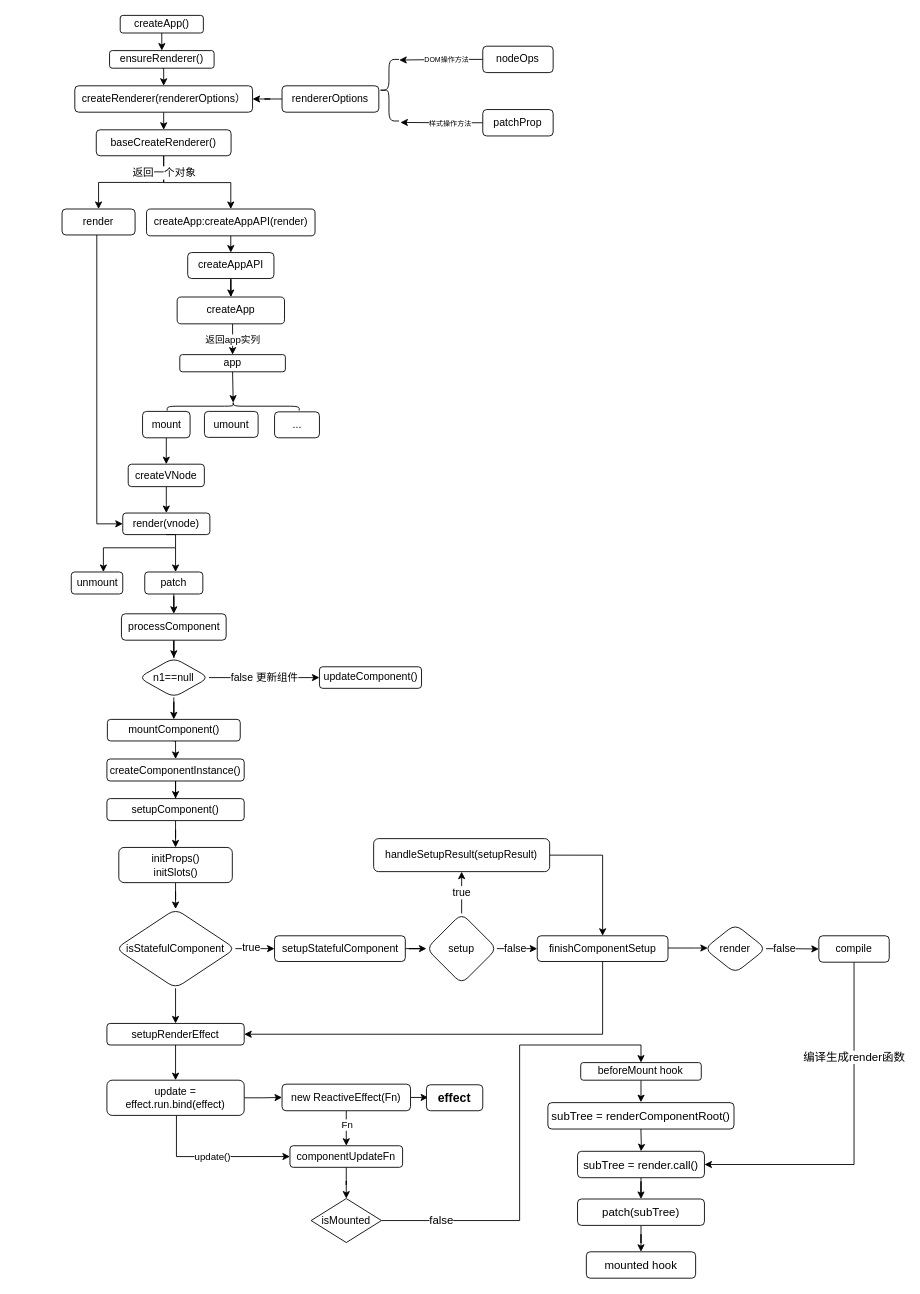
This is page "初始化" (1 of 6) of vue.drawio from 2889597857/study-vue-js, a draw.io file, before an edit. Source tidied: cells renumbered, new cells numbered last; positions are measured from the earlier drawing's top-left corner, leaving out a move shared by most shapes. Both pictures are drawn from the tidied source at 88%, with x=0, y=0 at pixel (62, 15).
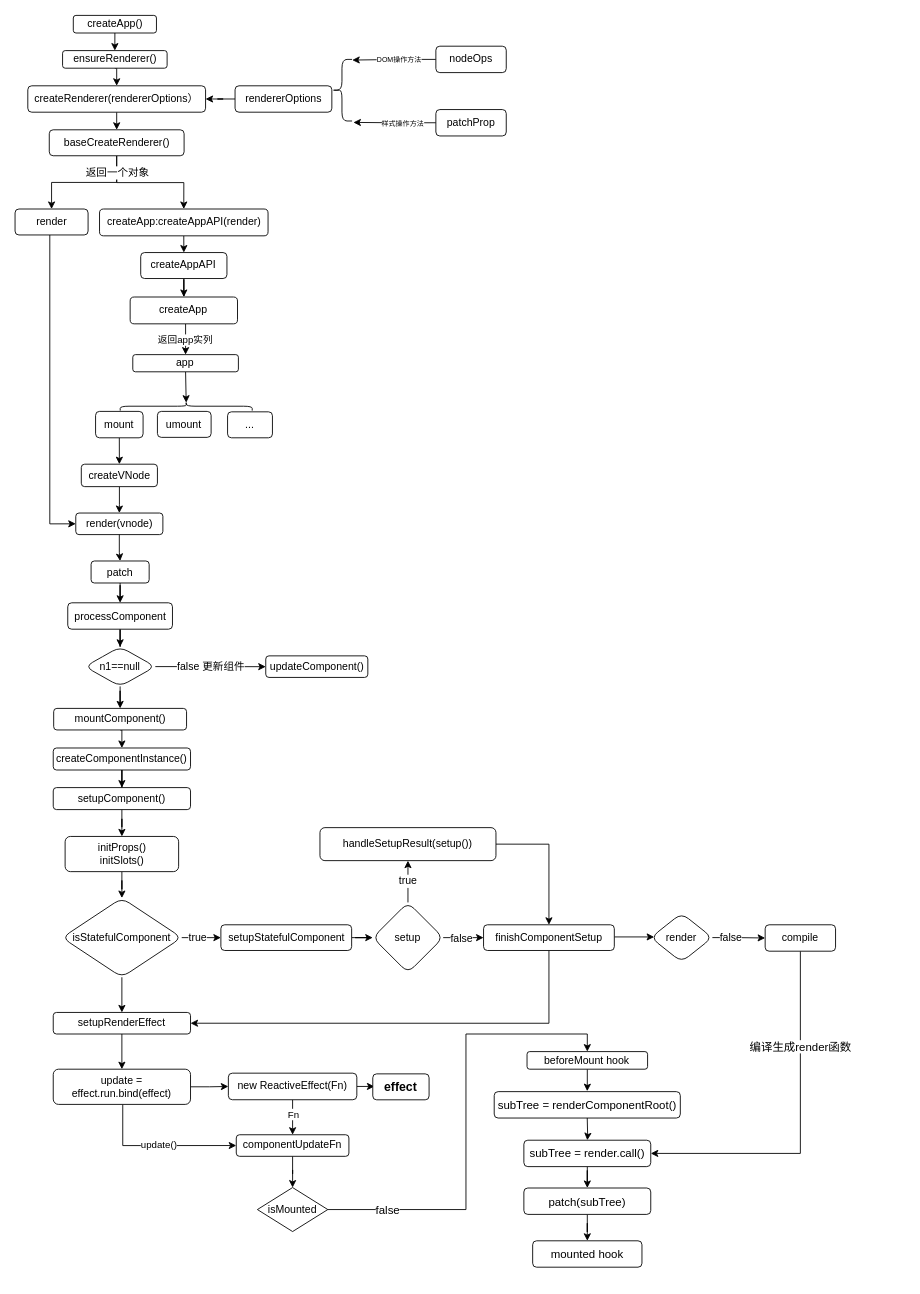
After the change.

Change to the diagram source:
```diff
@@
     <mxCell id="3" value="&lt;span style=&quot;white-space: normal&quot;&gt;createApp()&lt;/span&gt;" style="rounded=1;whiteSpace=wrap;html=1;" parent="1" vertex="1">
-      <mxGeometry x="66.1" width="94.5" height="20" as="geometry" />
+      <mxGeometry x="12.8" width="94.5" height="20" as="geometry" />
     </mxCell>
@@
     <mxCell id="5" value="ensureRenderer()" style="rounded=1;whiteSpace=wrap;html=1;" parent="1" vertex="1">
-      <mxGeometry x="54" y="40" width="118.8" height="20" as="geometry" />
+      <mxGeometry x="0.6" y="40" width="118.8" height="20" as="geometry" />
     </mxCell>
@@
     <mxCell id="7" style="edgeStyle=orthogonalEdgeStyle;rounded=0;jettySize=auto;html=1;exitX=0.5;exitY=1;exitDx=0;exitDy=0;entryX=0.5;entryY=1;entryDx=0;entryDy=0;" parent="1" edge="1" source="9" target="13">
       <mxGeometry relative="1" as="geometry">
         <Array as="points">
-          <mxPoint x="116" y="190" />
-          <mxPoint x="192" y="190" />
+          <mxPoint x="62.6" y="190" />
+          <mxPoint x="138.6" y="190" />
         </Array>
       </mxGeometry>
     </mxCell>
@@
     <mxCell id="9" value="baseCreateRenderer()" style="rounded=1;whiteSpace=wrap;html=1;" parent="1" vertex="1">
-      <mxGeometry x="38.9" y="130" width="153.2" height="29.5" as="geometry" />
+      <mxGeometry x="-14.5" y="130" width="153.2" height="29.5" as="geometry" />
     </mxCell>
     <mxCell id="10" style="edgeStyle=orthogonalEdgeStyle;rounded=0;jettySize=auto;html=1;entryX=0;entryY=0.5;entryDx=0;entryDy=0;exitX=0.5;exitY=0;exitDx=0;exitDy=0;" parent="1" edge="1" source="11" target="24">
       <mxGeometry relative="1" as="geometry">
         <Array as="points">
-          <mxPoint x="39.5" y="225" />
-          <mxPoint x="39.5" y="578" />
+          <mxPoint x="-13.9" y="225" />
+          <mxPoint x="-13.9" y="578" />
         </Array>
       </mxGeometry>
     </mxCell>
     <mxCell id="11" value="render" style="rounded=1;whiteSpace=wrap;html=1;direction=west;" parent="1" vertex="1">
-      <mxGeometry y="220" width="83" height="29.5" as="geometry" />
+      <mxGeometry x="-53.4" y="220" width="83" height="29.5" as="geometry" />
     </mxCell>
@@
     <mxCell id="13" value="createApp:createAppAPI(render)" style="rounded=1;whiteSpace=wrap;html=1;direction=west;" parent="1" vertex="1">
-      <mxGeometry x="96" y="220" width="191.5" height="30.5" as="geometry" />
+      <mxGeometry x="42.6" y="220" width="191.5" height="30.5" as="geometry" />
     </mxCell>
@@
     <mxCell id="15" value="&lt;span style=&quot;white-space: normal&quot;&gt;createAppAPI&lt;/span&gt;" style="rounded=1;whiteSpace=wrap;html=1;" parent="1" vertex="1">
-      <mxGeometry x="142.8" y="269.5" width="98" height="29.5" as="geometry" />
+      <mxGeometry x="89.4" y="269.5" width="98" height="29.5" as="geometry" />
     </mxCell>
     <mxCell id="16" value="返回app实列" style="edgeStyle=orthogonalEdgeStyle;rounded=0;jettySize=auto;html=1;entryX=0.5;entryY=1;entryDx=0;entryDy=0;" parent="1" edge="1" source="17" target="19">
       <mxGeometry relative="1" as="geometry">
         <Array as="points">
-          <mxPoint x="193.8" y="345.5" />
-          <mxPoint x="193.8" y="345.5" />
+          <mxPoint x="140.4" y="345.5" />
+          <mxPoint x="140.4" y="345.5" />
         </Array>
       </mxGeometry>
     </mxCell>
     <mxCell id="17" value="createApp" style="rounded=1;whiteSpace=wrap;html=1;" parent="1" vertex="1">
-      <mxGeometry x="130.8" y="320" width="122" height="30.5" as="geometry" />
+      <mxGeometry x="77.4" y="320" width="122" height="30.5" as="geometry" />
     </mxCell>
@@
     <mxCell id="19" value="app" style="rounded=1;whiteSpace=wrap;html=1;direction=west;" parent="1" vertex="1">
-      <mxGeometry x="133.8" y="385.5" width="120" height="19.5" as="geometry" />
+      <mxGeometry x="80.4" y="385.5" width="120" height="19.5" as="geometry" />
     </mxCell>
@@
     <mxCell id="21" value="mount" style="rounded=1;whiteSpace=wrap;html=1;" parent="1" vertex="1">
-      <mxGeometry x="91.5" y="450" width="54" height="30" as="geometry" />
+      <mxGeometry x="38.1" y="450" width="54" height="30" as="geometry" />
     </mxCell>
     <mxCell id="22" value="umount" style="rounded=1;whiteSpace=wrap;html=1;" parent="1" vertex="1">
-      <mxGeometry x="161.8" y="450" width="61" height="29.5" as="geometry" />
+      <mxGeometry x="108.4" y="450" width="61" height="29.5" as="geometry" />
     </mxCell>
     <mxCell id="23" value="..." style="rounded=1;whiteSpace=wrap;html=1;" parent="1" vertex="1">
-      <mxGeometry x="241.5" y="450.5" width="51" height="29.5" as="geometry" />
+      <mxGeometry x="188.1" y="450.5" width="51" height="29.5" as="geometry" />
     </mxCell>
     <mxCell id="24" value="render(vnode)" style="rounded=1;whiteSpace=wrap;html=1;" parent="1" vertex="1">
-      <mxGeometry x="69" y="565.5" width="99" height="24.5" as="geometry" />
+      <mxGeometry x="15.6" y="565.5" width="99" height="24.5" as="geometry" />
     </mxCell>
-    <mxCell id="25" style="edgeStyle=orthogonalEdgeStyle;rounded=0;jettySize=auto;html=1;" parent="1" edge="1" target="29">
+    <mxCell id="25" style="edgeStyle=orthogonalEdgeStyle;rounded=0;jettySize=auto;html=1;exitX=0.5;exitY=1;exitDx=0;exitDy=0;entryX=0.5;entryY=0;entryDx=0;entryDy=0;" parent="1" edge="1" source="24" target="29">
       <mxGeometry relative="1" as="geometry">
-        <mxPoint x="129" y="605" as="sourcePoint" />
         <Array as="points">
-          <mxPoint x="129" y="605" />
+          <mxPoint x="65" y="610" />
+          <mxPoint x="66" y="610" />
         </Array>
       </mxGeometry>
     </mxCell>
-    <mxCell id="26" style="edgeStyle=orthogonalEdgeStyle;rounded=0;jettySize=auto;html=1;exitX=0.5;exitY=1;exitDx=0;exitDy=0;" parent="1" edge="1" source="24" target="27">
-      <mxGeometry relative="1" as="geometry">
-        <Array as="points">
-          <mxPoint x="129" y="605" />
-          <mxPoint x="47" y="605" />
-        </Array>
-      </mxGeometry>
-    </mxCell>
-    <mxCell id="27" value="unmount" style="rounded=1;whiteSpace=wrap;html=1;" parent="1" vertex="1">
-      <mxGeometry x="10.5" y="632.5" width="58.5" height="25" as="geometry" />
-    </mxCell>
@@
     <mxCell id="29" value="patch" style="rounded=1;whiteSpace=wrap;html=1;" parent="1" vertex="1">
-      <mxGeometry x="94" y="632.5" width="66" height="25" as="geometry" />
+      <mxGeometry x="33" y="620" width="66" height="25" as="geometry" />
     </mxCell>
@@
     <mxCell id="31" value="processComponent" style="rounded=1;whiteSpace=wrap;html=1;" parent="1" vertex="1">
-      <mxGeometry x="67.5" y="680" width="119" height="30" as="geometry" />
+      <mxGeometry x="6.5" y="667.5" width="119" height="30" as="geometry" />
     </mxCell>
@@
     <mxCell id="34" value="mountComponent()" style="rounded=1;whiteSpace=wrap;html=1;" parent="1" vertex="1">
-      <mxGeometry x="51.5" y="800" width="151" height="24.5" as="geometry" />
+      <mxGeometry x="-9.5" y="787.5" width="151" height="24.5" as="geometry" />
     </mxCell>
@@
     <mxCell id="36" value="setupComponent()" style="rounded=1;whiteSpace=wrap;html=1;" parent="1" vertex="1">
-      <mxGeometry x="51" y="890" width="156" height="25" as="geometry" />
+      <mxGeometry x="-10" y="877.5" width="156" height="25" as="geometry" />
     </mxCell>
@@
     <mxCell id="38" value="setupRenderEffect" style="rounded=1;whiteSpace=wrap;html=1;" parent="1" vertex="1">
-      <mxGeometry x="51" y="1145.5" width="156" height="24.5" as="geometry" />
+      <mxGeometry x="-10" y="1133" width="156" height="24.5" as="geometry" />
     </mxCell>
     <mxCell id="39" value="update()" style="edgeStyle=orthogonalEdgeStyle;rounded=0;jettySize=auto;html=1;entryX=0;entryY=0.5;entryDx=0;entryDy=0;" parent="1" edge="1" source="41" target="50">
       <mxGeometry relative="1" as="geometry">
         <Array as="points">
-          <mxPoint x="130" y="1296.5" />
+          <mxPoint x="69" y="1284" />
         </Array>
       </mxGeometry>
     </mxCell>
@@
     <mxCell id="41" value="update = effect.run.bind(effect)" style="rounded=1;whiteSpace=wrap;html=1;" parent="1" vertex="1">
-      <mxGeometry x="51" y="1210" width="156" height="40" as="geometry" />
+      <mxGeometry x="-10" y="1197.5" width="156" height="40" as="geometry" />
     </mxCell>
@@
     <mxCell id="45" value="new ReactiveEffect(Fn)" style="rounded=1;whiteSpace=wrap;html=1;" parent="1" vertex="1">
-      <mxGeometry x="250" y="1214.5" width="146" height="30.2" as="geometry" />
+      <mxGeometry x="189" y="1202" width="146" height="30.2" as="geometry" />
     </mxCell>
@@
     <mxCell id="47" value="createVNode" style="rounded=1;whiteSpace=wrap;html=1;" parent="1" vertex="1">
-      <mxGeometry x="75.2" y="510" width="86.5" height="25.5" as="geometry" />
+      <mxGeometry x="21.9" y="510" width="86.5" height="25.5" as="geometry" />
     </mxCell>
     <mxCell id="48" value="updateComponent()" style="rounded=1;whiteSpace=wrap;html=1;" parent="1" vertex="1">
-      <mxGeometry x="292.5" y="740.2" width="116" height="24.5" as="geometry" />
+      <mxGeometry x="231.5" y="727.8" width="116" height="24.5" as="geometry" />
     </mxCell>
@@
     <mxCell id="50" value="componentUpdateFn" style="whiteSpace=wrap;html=1;rounded=1;" parent="1" vertex="1">
-      <mxGeometry x="259" y="1284.5" width="128" height="24.5" as="geometry" />
+      <mxGeometry x="198" y="1272" width="128" height="24.5" as="geometry" />
     </mxCell>
     <mxCell id="51" value="&lt;b&gt;&lt;font style=&quot;font-size: 14px&quot;&gt;effect&lt;/font&gt;&lt;/b&gt;" style="rounded=1;whiteSpace=wrap;html=1;" parent="1" vertex="1">
-      <mxGeometry x="414.1" y="1215.2" width="64" height="29.5" as="geometry" />
+      <mxGeometry x="353.1" y="1202.8" width="64" height="29.5" as="geometry" />
     </mxCell>
@@
     <mxCell id="53" value="initProps()&lt;br&gt;initSlots()" style="rounded=1;whiteSpace=wrap;html=1;" parent="1" vertex="1">
-      <mxGeometry x="64.5" y="945.5" width="129" height="40" as="geometry" />
+      <mxGeometry x="3.5" y="933" width="129" height="40" as="geometry" />
     </mxCell>
@@
     <mxCell id="57" value="isStatefulComponent" style="rhombus;whiteSpace=wrap;html=1;rounded=1;" parent="1" vertex="1">
-      <mxGeometry x="61" y="1015.5" width="136" height="90" as="geometry" />
+      <mxGeometry y="1003" width="136" height="90" as="geometry" />
     </mxCell>
@@
     <mxCell id="59" value="setupStatefulComponent" style="whiteSpace=wrap;html=1;rounded=1;" parent="1" vertex="1">
-      <mxGeometry x="241.5" y="1045.9" width="148.6" height="29.2" as="geometry" />
+      <mxGeometry x="180.5" y="1033.4" width="148.6" height="29.2" as="geometry" />
     </mxCell>
@@
     <mxCell id="63" value="setup" style="rhombus;whiteSpace=wrap;html=1;rounded=1;" parent="1" vertex="1">
-      <mxGeometry x="414.1" y="1020.5" width="80" height="80" as="geometry" />
+      <mxGeometry x="353.1" y="1008" width="80" height="80" as="geometry" />
     </mxCell>
     <mxCell id="64" style="edgeStyle=orthogonalEdgeStyle;rounded=0;jettySize=auto;html=1;entryX=1;entryY=0.5;entryDx=0;entryDy=0;fontFamily=Helvetica;fontSize=12;fontColor=default;exitX=0.5;exitY=1;exitDx=0;exitDy=0;" parent="1" edge="1" source="66" target="38">
       <mxGeometry relative="1" as="geometry">
         <Array as="points">
-          <mxPoint x="614" y="1158" />
+          <mxPoint x="553" y="1145.5" />
         </Array>
       </mxGeometry>
     </mxCell>
     <mxCell id="65" style="edgeStyle=orthogonalEdgeStyle;rounded=0;jettySize=auto;html=1;fontFamily=Helvetica;fontSize=12;fontColor=default;entryX=0.055;entryY=0.487;entryDx=0;entryDy=0;entryPerimeter=0;" parent="1" edge="1" source="66" target="71">
       <mxGeometry relative="1" as="geometry">
         <Array as="points">
-          <mxPoint x="720" y="1061" />
+          <mxPoint x="659" y="1048.5" />
         </Array>
       </mxGeometry>
     </mxCell>
     <mxCell id="66" value="finishComponentSetup" style="whiteSpace=wrap;html=1;rounded=1;" parent="1" vertex="1">
-      <mxGeometry x="540" y="1045.9" width="148.6" height="29.2" as="geometry" />
+      <mxGeometry x="479" y="1033.4" width="148.6" height="29.2" as="geometry" />
     </mxCell>
@@
-    <mxCell id="68" value="handleSetupResult(setupResult)" style="whiteSpace=wrap;html=1;rounded=1;" parent="1" vertex="1">
-      <mxGeometry x="354.1" y="935.5" width="200" height="37.5" as="geometry" />
+    <mxCell id="68" value="handleSetupResult(setup())" style="whiteSpace=wrap;html=1;rounded=1;" parent="1" vertex="1">
+      <mxGeometry x="293.1" y="923" width="200" height="37.5" as="geometry" />
     </mxCell>
@@
     <mxCell id="71" value="render" style="rhombus;whiteSpace=wrap;html=1;rounded=1;" parent="1" vertex="1">
-      <mxGeometry x="730" y="1032.8" width="70" height="55.5" as="geometry" />
+      <mxGeometry x="669" y="1020.2" width="70" height="55.5" as="geometry" />
     </mxCell>
     <mxCell id="72" style="edgeStyle=orthogonalEdgeStyle;rounded=0;jettySize=auto;html=1;entryX=1;entryY=0.5;entryDx=0;entryDy=0;fontFamily=Helvetica;fontSize=13;fontColor=#000000;" parent="1" edge="1" source="74" target="99">
       <mxGeometry relative="1" as="geometry">
         <Array as="points">
-          <mxPoint x="900" y="1306" />
+          <mxPoint x="839" y="1293.5" />
         </Array>
       </mxGeometry>
     </mxCell>
@@
     <mxCell id="74" value="&lt;span style=&quot;text-align: left&quot;&gt;compile&lt;/span&gt;" style="rounded=1;whiteSpace=wrap;html=1;fontFamily=Helvetica;fontSize=12;fontColor=default;strokeColor=default;fillColor=default;" parent="1" vertex="1">
-      <mxGeometry x="860" y="1045.9" width="80" height="30" as="geometry" />
+      <mxGeometry x="799" y="1033.4" width="80" height="30" as="geometry" />
     </mxCell>
     <mxCell id="75" value="createComponentInstance()" style="rounded=1;whiteSpace=wrap;html=1;" parent="1" vertex="1">
-      <mxGeometry x="51" y="845" width="156" height="25" as="geometry" />
+      <mxGeometry x="-10" y="832.5" width="156" height="25" as="geometry" />
     </mxCell>
     <mxCell id="76" style="shape=curlyBracket;whiteSpace=wrap;html=1;rounded=1;rotation=90;" parent="1" vertex="1">
-      <mxGeometry x="189.5" y="369.1" width="10" height="150" as="geometry" />
+      <mxGeometry x="136.1" y="369.1" width="10" height="150" as="geometry" />
     </mxCell>
@@
     <mxCell id="78" value="createRenderer(rendererOptions）" style="rounded=1;whiteSpace=wrap;html=1;fontFamily=Helvetica;fontSize=12;fontColor=default;strokeColor=default;fillColor=default;" parent="1" vertex="1">
-      <mxGeometry x="14.5" y="80" width="202" height="30" as="geometry" />
+      <mxGeometry x="-38.9" y="80" width="202" height="30" as="geometry" />
     </mxCell>
@@
     <mxCell id="81" value="n1==null" style="rhombus;whiteSpace=wrap;html=1;rounded=1;" parent="1" vertex="1">
-      <mxGeometry x="87" y="730" width="80" height="45" as="geometry" />
+      <mxGeometry x="26" y="717.5" width="80" height="45" as="geometry" />
     </mxCell>
@@
     <mxCell id="83" value="&lt;span&gt;rendererOptions&lt;/span&gt;" style="rounded=1;whiteSpace=wrap;html=1;" parent="1" vertex="1">
-      <mxGeometry x="250" y="80" width="110" height="30" as="geometry" />
+      <mxGeometry x="196.6" y="80" width="110" height="30" as="geometry" />
     </mxCell>
     <mxCell id="84" style="edgeStyle=orthogonalEdgeStyle;rounded=0;jettySize=auto;html=1;entryX=1.007;entryY=0.011;entryDx=0;entryDy=0;entryPerimeter=0;exitX=0;exitY=0.5;exitDx=0;exitDy=0;" parent="1" edge="1" source="86" target="89">
       <mxGeometry relative="1" as="geometry">
         <Array as="points">
-          <mxPoint x="440" y="50" />
-          <mxPoint x="440" y="51" />
+          <mxPoint x="386.6" y="50" />
+          <mxPoint x="386.6" y="51" />
         </Array>
       </mxGeometry>
     </mxCell>
@@
     <mxCell id="86" value="nodeOps" style="rounded=1;whiteSpace=wrap;html=1;" parent="1" vertex="1">
-      <mxGeometry x="478.1" y="35" width="80" height="30" as="geometry" />
+      <mxGeometry x="424.8" y="35" width="80" height="30" as="geometry" />
     </mxCell>
@@
     <mxCell id="88" value="patchProp" style="rounded=1;whiteSpace=wrap;html=1;" parent="1" vertex="1">
-      <mxGeometry x="478.1" y="107" width="80" height="30" as="geometry" />
+      <mxGeometry x="424.8" y="107" width="80" height="30" as="geometry" />
     </mxCell>
     <mxCell id="89" style="shape=curlyBracket;whiteSpace=wrap;html=1;rounded=1;rotation=0;" parent="1" vertex="1">
-      <mxGeometry x="360" y="50" width="23" height="70" as="geometry" />
+      <mxGeometry x="306.6" y="50" width="23" height="70" as="geometry" />
     </mxCell>
     <mxCell id="90" value="样式操作方法" style="edgeLabel;html=1;align=center;verticalAlign=middle;fontSize=8;" parent="1" vertex="1">
-      <mxGeometry x="440" y="122" as="geometry" />
+      <mxGeometry x="386.6" y="122" as="geometry" />
     </mxCell>
     <mxCell id="91" style="edgeStyle=orthogonalEdgeStyle;rounded=0;jettySize=auto;html=1;entryX=0.5;entryY=0;entryDx=0;entryDy=0;fontFamily=Helvetica;fontSize=13;fontColor=#000000;" parent="1" edge="1" source="93" target="95">
       <mxGeometry relative="1" as="geometry">
         <Array as="points">
-          <mxPoint x="520" y="1370" />
-          <mxPoint x="520" y="1170" />
-          <mxPoint x="658" y="1170" />
+          <mxPoint x="459" y="1357.5" />
+          <mxPoint x="459" y="1157.5" />
+          <mxPoint x="597" y="1157.5" />
         </Array>
       </mxGeometry>
     </mxCell>
@@
     <mxCell id="93" value="isMounted" style="rhombus;whiteSpace=wrap;html=1;fontFamily=Helvetica;" parent="1" vertex="1">
-      <mxGeometry x="283" y="1344.5" width="80" height="50" as="geometry" />
+      <mxGeometry x="222" y="1332" width="80" height="50" as="geometry" />
     </mxCell>
     <mxCell id="94" style="edgeStyle=orthogonalEdgeStyle;rounded=0;jettySize=auto;html=1;fontFamily=Helvetica;" parent="1" edge="1" source="95">
       <mxGeometry relative="1" as="geometry">
-        <mxPoint x="657.8" y="1235" as="targetPoint" />
+        <mxPoint x="596.8" y="1222.5" as="targetPoint" />
       </mxGeometry>
     </mxCell>
     <mxCell id="95" value="beforeMount hook" style="rounded=1;whiteSpace=wrap;html=1;fontFamily=Helvetica;" parent="1" vertex="1">
-      <mxGeometry x="589.4" y="1190" width="137" height="20" as="geometry" />
+      <mxGeometry x="528.4" y="1177.5" width="137" height="20" as="geometry" />
     </mxCell>
     <mxCell id="96" style="edgeStyle=orthogonalEdgeStyle;rounded=0;jettySize=auto;html=1;fontFamily=Helvetica;fontSize=13;fontColor=#000000;" parent="1" edge="1" target="99">
       <mxGeometry relative="1" as="geometry">
-        <mxPoint x="657.8" y="1265" as="sourcePoint" />
+        <mxPoint x="596.8" y="1252.5" as="sourcePoint" />
       </mxGeometry>
     </mxCell>
     <mxCell id="97" value="&lt;font style=&quot;font-size: 13px;&quot;&gt;subTree = renderComponentRoot()&lt;/font&gt;" style="whiteSpace=wrap;html=1;rounded=1;" parent="1" vertex="1">
-      <mxGeometry x="552.1" y="1235.5" width="211.5" height="30" as="geometry" />
+      <mxGeometry x="491.1" y="1223" width="211.5" height="30" as="geometry" />
     </mxCell>
@@
     <mxCell id="99" value="&lt;span style=&quot;font-size: 13px;&quot;&gt;subTree = render.call()&lt;/span&gt;" style="whiteSpace=wrap;html=1;rounded=1;" parent="1" vertex="1">
-      <mxGeometry x="585.8" y="1290.8" width="144.2" height="30" as="geometry" />
+      <mxGeometry x="524.8" y="1278.2" width="144.2" height="30" as="geometry" />
     </mxCell>
@@
     <mxCell id="101" value="&lt;span style=&quot;font-size: 13px;&quot;&gt;patch(subTree)&lt;/span&gt;" style="whiteSpace=wrap;html=1;rounded=1;" parent="1" vertex="1">
-      <mxGeometry x="585.8" y="1345" width="144.2" height="30" as="geometry" />
+      <mxGeometry x="524.8" y="1332.5" width="144.2" height="30" as="geometry" />
     </mxCell>
     <mxCell id="102" value="&lt;span style=&quot;font-size: 13px;&quot;&gt;mounted hook&lt;/span&gt;" style="whiteSpace=wrap;html=1;rounded=1;" parent="1" vertex="1">
-      <mxGeometry x="595.8" y="1405" width="124.2" height="30" as="geometry" />
+      <mxGeometry x="534.8" y="1392.5" width="124.2" height="30" as="geometry" />
     </mxCell>
```
